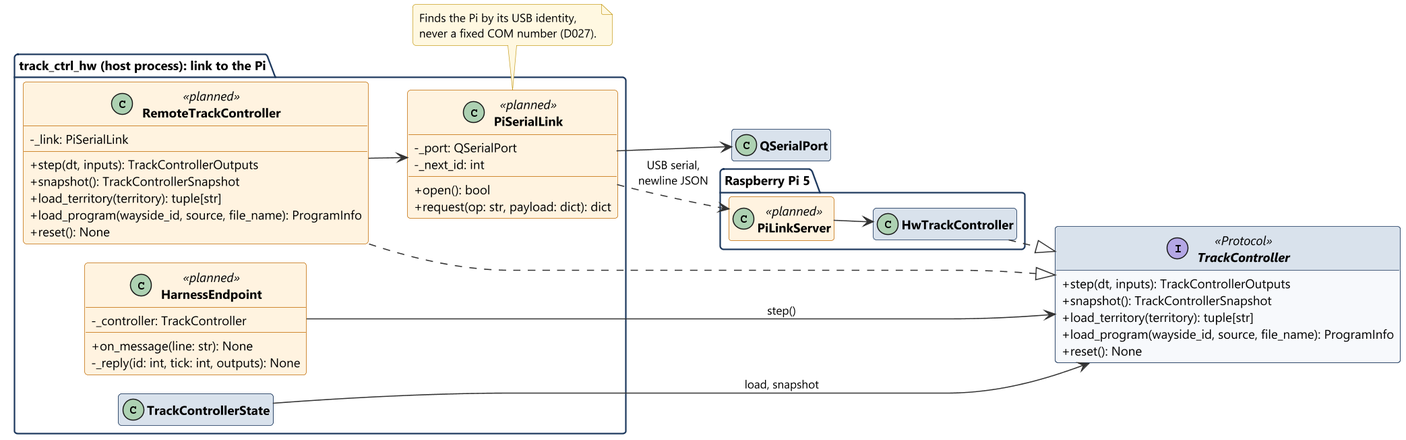
Earlier version of the PlantUML export documents/uml/track_ctrl_hw/class_host_link.png (Landiss04/Track-Overflow).
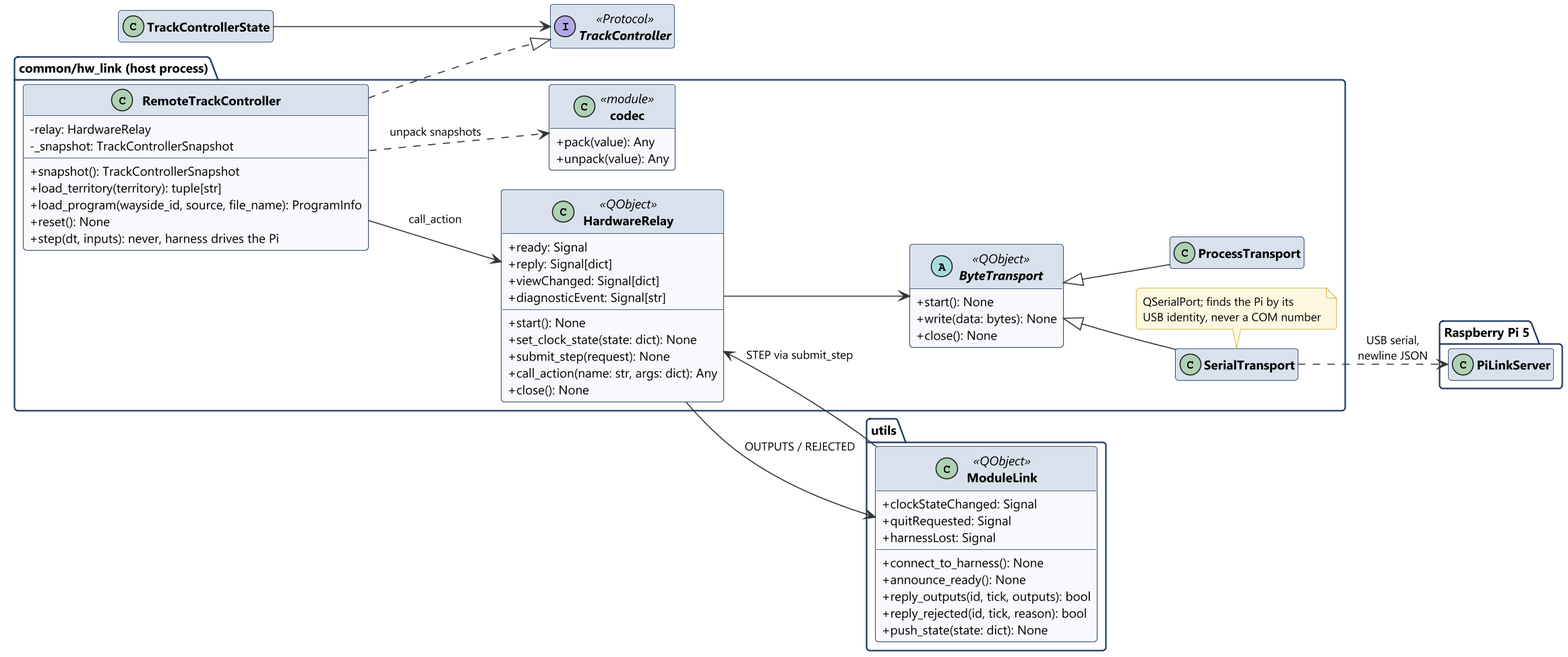
The same file after the commit.

Diff of the diagram source:
```diff
@@ -3,58 +3,75 @@
 hide empty members
 left to right direction
 
-package "track_ctrl_hw (host process): link to the Pi" {
-  class HarnessEndpoint <<planned>> {
-    -_controller: TrackController
-    +on_message(line: str): None
-    -_reply(id: int, tick: int, outputs): None
+package "utils" {
+  class ModuleLink <<QObject>> {
+    +clockStateChanged: Signal
+    +quitRequested: Signal
+    +harnessLost: Signal
+    +connect_to_harness(): None
+    +announce_ready(): None
+    +reply_outputs(id, tick, outputs): bool
+    +reply_rejected(id, tick, reason): bool
+    +push_state(state: dict): None
+  }
+}
+
+package "common/hw_link (host process)" {
+  class HardwareRelay <<QObject>> {
+    +ready: Signal
+    +reply: Signal[dict]
+    +viewChanged: Signal[dict]
+    +diagnosticEvent: Signal[str]
+    +start(): None
+    +set_clock_state(state: dict): None
+    +submit_step(request): None
+    +call_action(name: str, args: dict): Any
+    +close(): None
   }
 
-  class RemoteTrackController <<planned>> {
-    -_link: PiSerialLink
-    +step(dt, inputs): TrackControllerOutputs
+  class RemoteTrackController {
+    -relay: HardwareRelay
+    -_snapshot: TrackControllerSnapshot
     +snapshot(): TrackControllerSnapshot
     +load_territory(territory): tuple[str]
     +load_program(wayside_id, source, file_name): ProgramInfo
     +reset(): None
+    +step(dt, inputs): never, harness drives the Pi
   }
 
-  class PiSerialLink <<planned>> {
-    -_port: QSerialPort
-    -_next_id: int
-    +open(): bool
-    +request(op: str, payload: dict): dict
+  abstract class ByteTransport <<QObject>> {
+    +start(): None
+    +write(data: bytes): None
+    +close(): None
   }
+  class SerialTransport
+  class ProcessTransport
+  note bottom of SerialTransport
+    QSerialPort; finds the Pi by its
+    USB identity, never a COM number
+  end note
 
-  class TrackControllerState
+  class codec <<module>> {
+    +pack(value): Any
+    +unpack(value): Any
+  }
 }
 
-interface TrackController <<Protocol>> {
-  +step(dt, inputs): TrackControllerOutputs
-  +snapshot(): TrackControllerSnapshot
-  +load_territory(territory): tuple[str]
-  +load_program(wayside_id, source, file_name): ProgramInfo
-  +reset(): None
+interface TrackController <<Protocol>>
+class TrackControllerState
+
+package "Raspberry Pi 5" {
+  class PiLinkServer
 }
 
-class QSerialPort
-
-package "Raspberry Pi 5" {
-  class PiLinkServer <<planned>>
-  class HwTrackController
-}
-
-note bottom of PiSerialLink
-  Finds the Pi by its USB identity,
-  never a fixed COM number (D027).
-end note
-
-HarnessEndpoint --> TrackController : step()
-TrackControllerState --> TrackController : load, snapshot
+ModuleLink --> HardwareRelay : STEP via submit_step
+HardwareRelay --> ModuleLink : OUTPUTS / REJECTED
+HardwareRelay --> ByteTransport
+ByteTransport <|-- SerialTransport
+ByteTransport <|-- ProcessTransport
 RemoteTrackController ..|> TrackController
-HwTrackController ..|> TrackController
-RemoteTrackController --> PiSerialLink
-PiSerialLink --> QSerialPort
-PiSerialLink ..> PiLinkServer : USB serial,\nnewline JSON
-PiLinkServer --> HwTrackController
+RemoteTrackController --> HardwareRelay : call_action
+RemoteTrackController ..> codec : unpack snapshots
+TrackControllerState --> TrackController
+SerialTransport ..> PiLinkServer : USB serial,\nnewline JSON
 @enduml
```
